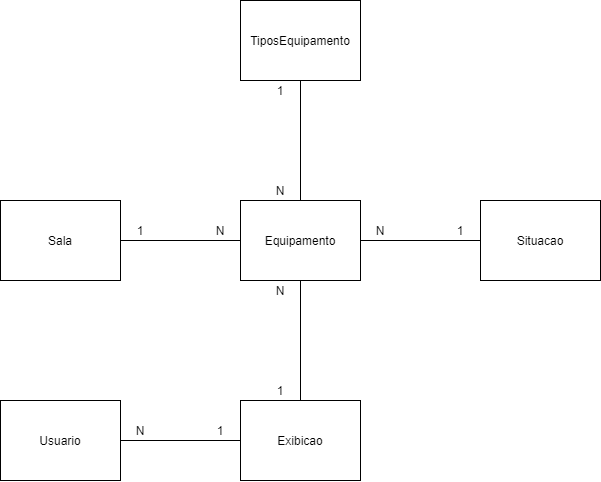
Caic-Mateus/Projeto_Inicial-3T keeps this draw.io diagram as bd/modelagens/conceitual/modelo_conceitual.png. Above is the earlier version. Source tidied: cells renumbered, new cells last; positions are measured from the earlier drawing's top-left corner, leaving out a move shared by most shapes.
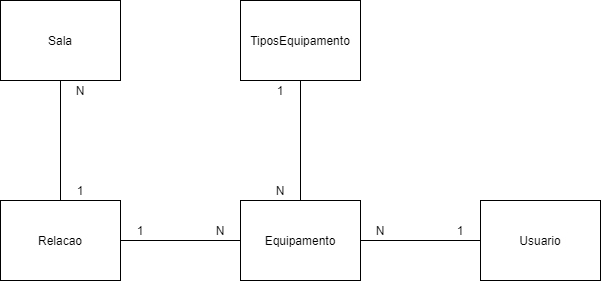
After the commit.

What changed in the source:
```diff
@@ -2,15 +2,12 @@
   <root>
     <mxCell id="0" />
     <mxCell id="1" parent="0" />
-    <mxCell id="2" style="edgeStyle=orthogonalEdgeStyle;rounded=0;jettySize=auto;html=1;endArrow=none;endFill=0;" parent="1" edge="1" source="3" target="5">
-      <mxGeometry relative="1" as="geometry" />
-    </mxCell>
+    <mxCell id="23" style="edgeStyle=orthogonalEdgeStyle;rounded=0;jettySize=auto;html=1;endArrow=none;endFill=0;" parent="1" edge="1" source="3" target="26">
+      <mxGeometry relative="1" as="geometry" />
+    </mxCell>
     <mxCell id="3" value="Sala" style="rounded=0;whiteSpace=wrap;html=1;" parent="1" vertex="1">
-      <mxGeometry y="200" width="120" height="80" as="geometry" />
+      <mxGeometry width="120" height="80" as="geometry" />
     </mxCell>
-    <mxCell id="4" style="edgeStyle=orthogonalEdgeStyle;rounded=0;jettySize=auto;html=1;endArrow=none;endFill=0;" parent="1" edge="1" source="5" target="12">
-      <mxGeometry relative="1" as="geometry" />
-    </mxCell>
     <mxCell id="5" value="Equipamento" style="rounded=0;whiteSpace=wrap;html=1;" parent="1" vertex="1">
       <mxGeometry x="240" y="200" width="120" height="80" as="geometry" />
     </mxCell>
@@ -20,50 +17,41 @@
     <mxCell id="7" value="TiposEquipamento" style="rounded=0;whiteSpace=wrap;html=1;" parent="1" vertex="1">
       <mxGeometry x="240" width="120" height="80" as="geometry" />
     </mxCell>
-    <mxCell id="8" style="edgeStyle=orthogonalEdgeStyle;rounded=0;jettySize=auto;html=1;endArrow=none;endFill=0;" parent="1" edge="1" source="9" target="12">
-      <mxGeometry relative="1" as="geometry" />
-    </mxCell>
-    <mxCell id="9" value="Usuario" style="rounded=0;whiteSpace=wrap;html=1;" parent="1" vertex="1">
-      <mxGeometry y="400" width="120" height="80" as="geometry" />
-    </mxCell>
-    <mxCell id="10" style="edgeStyle=orthogonalEdgeStyle;rounded=0;jettySize=auto;html=1;endArrow=none;endFill=0;" parent="1" edge="1" source="11" target="5">
-      <mxGeometry relative="1" as="geometry" />
-    </mxCell>
-    <mxCell id="11" value="Situacao" style="rounded=0;whiteSpace=wrap;html=1;" parent="1" vertex="1">
-      <mxGeometry x="480" y="200" width="120" height="80" as="geometry" />
-    </mxCell>
+    <mxCell id="24" style="edgeStyle=orthogonalEdgeStyle;rounded=0;jettySize=auto;html=1;endArrow=none;endFill=0;" parent="1" edge="1" source="12" target="5">
+      <mxGeometry relative="1" as="geometry" />
+    </mxCell>
-    <mxCell id="12" value="Exibicao" style="rounded=0;whiteSpace=wrap;html=1;" parent="1" vertex="1">
-      <mxGeometry x="240" y="400" width="120" height="80" as="geometry" />
+    <mxCell id="12" value="Usuario" style="rounded=0;whiteSpace=wrap;html=1;" parent="1" vertex="1">
+      <mxGeometry x="480" y="200" width="120" height="80" as="geometry" />
     </mxCell>
-    <mxCell id="13" value="N" style="text;html=1;strokeColor=none;fillColor=none;align=center;verticalAlign=middle;whiteSpace=wrap;rounded=0;" parent="1" vertex="1">
-      <mxGeometry x="120" y="420" width="40" height="20" as="geometry" />
-    </mxCell>
-    <mxCell id="14" value="1" style="text;html=1;strokeColor=none;fillColor=none;align=center;verticalAlign=middle;whiteSpace=wrap;rounded=0;" parent="1" vertex="1">
-      <mxGeometry x="200" y="420" width="40" height="20" as="geometry" />
-    </mxCell>
     <mxCell id="15" value="1" style="text;html=1;strokeColor=none;fillColor=none;align=center;verticalAlign=middle;whiteSpace=wrap;rounded=0;" parent="1" vertex="1">
-      <mxGeometry x="260" y="380" width="40" height="20" as="geometry" />
+      <mxGeometry x="440" y="220" width="40" height="20" as="geometry" />
     </mxCell>
     <mxCell id="16" value="N" style="text;html=1;strokeColor=none;fillColor=none;align=center;verticalAlign=middle;whiteSpace=wrap;rounded=0;" parent="1" vertex="1">
-      <mxGeometry x="260" y="280" width="40" height="20" as="geometry" />
+      <mxGeometry x="360" y="220" width="40" height="20" as="geometry" />
     </mxCell>
-    <mxCell id="17" value="1" style="text;html=1;strokeColor=none;fillColor=none;align=center;verticalAlign=middle;whiteSpace=wrap;rounded=0;" parent="1" vertex="1">
-      <mxGeometry x="120" y="220" width="40" height="20" as="geometry" />
-    </mxCell>
-    <mxCell id="18" value="N" style="text;html=1;strokeColor=none;fillColor=none;align=center;verticalAlign=middle;whiteSpace=wrap;rounded=0;" parent="1" vertex="1">
-      <mxGeometry x="360" y="220" width="40" height="20" as="geometry" />
-    </mxCell>
     <mxCell id="19" value="N" style="text;html=1;strokeColor=none;fillColor=none;align=center;verticalAlign=middle;whiteSpace=wrap;rounded=0;" parent="1" vertex="1">
       <mxGeometry x="200" y="220" width="40" height="20" as="geometry" />
     </mxCell>
-    <mxCell id="20" value="1" style="text;html=1;strokeColor=none;fillColor=none;align=center;verticalAlign=middle;whiteSpace=wrap;rounded=0;" parent="1" vertex="1">
-      <mxGeometry x="440" y="220" width="40" height="20" as="geometry" />
-    </mxCell>
     <mxCell id="21" value="1" style="text;html=1;strokeColor=none;fillColor=none;align=center;verticalAlign=middle;whiteSpace=wrap;rounded=0;" parent="1" vertex="1">
       <mxGeometry x="260" y="80" width="40" height="20" as="geometry" />
     </mxCell>
     <mxCell id="22" value="N" style="text;html=1;strokeColor=none;fillColor=none;align=center;verticalAlign=middle;whiteSpace=wrap;rounded=0;" parent="1" vertex="1">
       <mxGeometry x="260" y="180" width="40" height="20" as="geometry" />
     </mxCell>
+    <mxCell id="25" style="edgeStyle=orthogonalEdgeStyle;rounded=0;jettySize=auto;html=1;endArrow=none;endFill=0;" parent="1" edge="1" source="26" target="5">
+      <mxGeometry relative="1" as="geometry" />
+    </mxCell>
+    <mxCell id="26" value="Relacao" style="rounded=0;whiteSpace=wrap;html=1;" parent="1" vertex="1">
+      <mxGeometry y="200" width="120" height="80" as="geometry" />
+    </mxCell>
+    <mxCell id="17" value="1" style="text;html=1;strokeColor=none;fillColor=none;align=center;verticalAlign=middle;whiteSpace=wrap;rounded=0;" parent="1" vertex="1">
+      <mxGeometry x="120" y="220" width="40" height="20" as="geometry" />
+    </mxCell>
+    <mxCell id="27" value="1" style="text;html=1;strokeColor=none;fillColor=none;align=center;verticalAlign=middle;whiteSpace=wrap;rounded=0;" parent="1" vertex="1">
+      <mxGeometry x="60" y="180" width="40" height="20" as="geometry" />
+    </mxCell>
+    <mxCell id="28" value="N" style="text;html=1;strokeColor=none;fillColor=none;align=center;verticalAlign=middle;whiteSpace=wrap;rounded=0;" parent="1" vertex="1">
+      <mxGeometry x="60" y="80" width="40" height="20" as="geometry" />
+    </mxCell>
   </root>
 </mxGraphModel>
```
